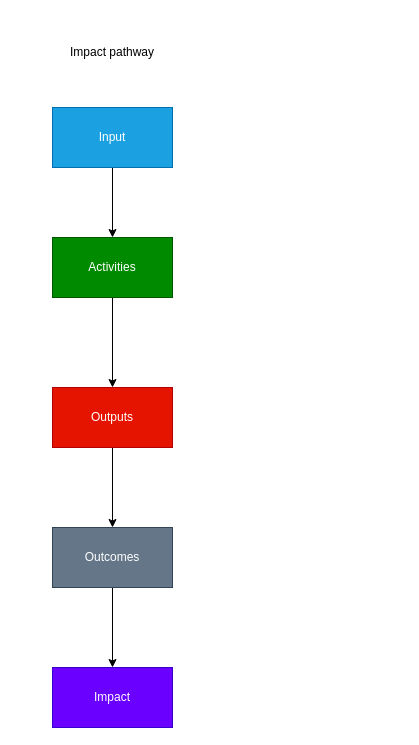
Above: impact pathway.drawio in noviriasyifaunnafsi/transition-from-rice-to-vegetables (draw.io), before the change. Source tidied: cells renumbered, new cells numbered last; positions are measured from the earlier drawing's top-left corner, leaving out a move shared by most shapes. Both pictures are drawn from the tidied source at 100%, with x=0, y=0 at pixel (27, 37).
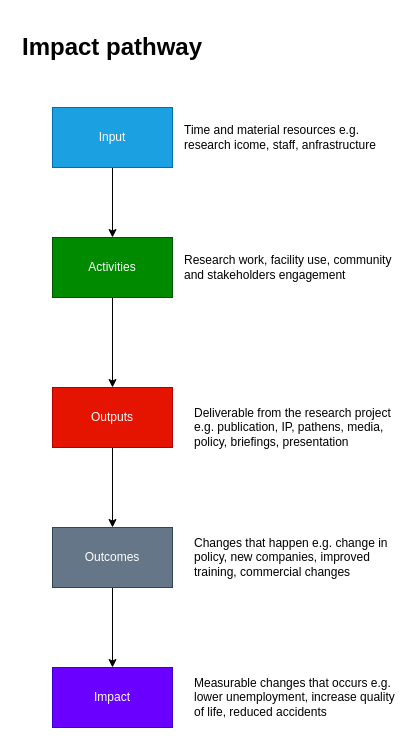
The same diagram, later.

What changed in the source:
```diff
@@
 <mxGraphModel>
   <root>
     <mxCell id="0" />
     <mxCell id="1" parent="0" />
     <mxCell id="2" style="edgeStyle=orthogonalEdgeStyle;rounded=0;jettySize=auto;html=1;exitX=0.5;exitY=1;exitDx=0;exitDy=0;entryX=0.5;entryY=0;entryDx=0;entryDy=0;" parent="1" edge="1" source="3" target="5">
       <mxGeometry relative="1" as="geometry" />
     </mxCell>
     <mxCell id="3" value="Input" style="rounded=0;whiteSpace=wrap;html=1;fillColor=#1ba1e2;fontColor=#ffffff;strokeColor=#006EAF;" parent="1" vertex="1">
       <mxGeometry x="25" y="70" width="120" height="60" as="geometry" />
     </mxCell>
     <mxCell id="4" style="edgeStyle=orthogonalEdgeStyle;rounded=0;jettySize=auto;html=1;exitX=0.5;exitY=1;exitDx=0;exitDy=0;entryX=0.5;entryY=0;entryDx=0;entryDy=0;" parent="1" edge="1" source="5" target="8">
       <mxGeometry relative="1" as="geometry" />
     </mxCell>
     <mxCell id="5" value="Activities" style="rounded=0;whiteSpace=wrap;html=1;fillColor=#008a00;fontColor=#ffffff;strokeColor=#005700;" parent="1" vertex="1">
       <mxGeometry x="25" y="200" width="120" height="60" as="geometry" />
     </mxCell>
-    <mxCell id="6" value="Impact pathway" style="text;html=1;strokeColor=none;fillColor=none;align=center;verticalAlign=middle;whiteSpace=wrap;rounded=0;" parent="1" vertex="1">
-      <mxGeometry width="170" height="30" as="geometry" />
-    </mxCell>
     <mxCell id="7" style="edgeStyle=orthogonalEdgeStyle;rounded=0;jettySize=auto;html=1;exitX=0.5;exitY=1;exitDx=0;exitDy=0;entryX=0.5;entryY=0;entryDx=0;entryDy=0;" parent="1" edge="1" source="8" target="10">
       <mxGeometry relative="1" as="geometry" />
     </mxCell>
     <mxCell id="8" value="Outputs" style="rounded=0;whiteSpace=wrap;html=1;fillColor=#e51400;fontColor=#ffffff;strokeColor=#B20000;" parent="1" vertex="1">
       <mxGeometry x="25" y="350" width="120" height="60" as="geometry" />
     </mxCell>
     <mxCell id="9" style="edgeStyle=orthogonalEdgeStyle;rounded=0;jettySize=auto;html=1;exitX=0.5;exitY=1;exitDx=0;exitDy=0;entryX=0.5;entryY=0;entryDx=0;entryDy=0;" parent="1" edge="1" source="10" target="11">
       <mxGeometry relative="1" as="geometry" />
     </mxCell>
     <mxCell id="10" value="Outcomes" style="rounded=0;whiteSpace=wrap;html=1;fillColor=#647687;strokeColor=#314354;fontColor=#ffffff;" parent="1" vertex="1">
       <mxGeometry x="25" y="490" width="120" height="60" as="geometry" />
     </mxCell>
     <mxCell id="11" value="Impact" style="rounded=0;whiteSpace=wrap;html=1;fillColor=#6a00ff;strokeColor=#3700CC;fontColor=#ffffff;" parent="1" vertex="1">
       <mxGeometry x="25" y="630" width="120" height="60" as="geometry" />
     </mxCell>
+    <mxCell id="6" value="&lt;h1&gt;Impact pathway&lt;/h1&gt;" style="text;html=1;strokeColor=none;fillColor=none;spacing=5;spacingTop=-20;whiteSpace=wrap;overflow=hidden;rounded=0;" parent="1" vertex="1">
+      <mxGeometry x="-10" y="-10" width="190" height="40" as="geometry" />
+    </mxCell>
+    <mxCell id="12" value="Time and material resources e.g. research icome, staff, anfrastructure" style="text;html=1;strokeColor=none;fillColor=none;align=left;verticalAlign=middle;whiteSpace=wrap;rounded=0;" parent="1" vertex="1">
+      <mxGeometry x="155" y="85" width="210" height="30" as="geometry" />
+    </mxCell>
+    <mxCell id="13" value="Research work, facility use, community and stakeholders engagement" style="text;html=1;strokeColor=none;fillColor=none;align=left;verticalAlign=middle;whiteSpace=wrap;rounded=0;" parent="1" vertex="1">
+      <mxGeometry x="155" y="215" width="210" height="30" as="geometry" />
+    </mxCell>
+    <mxCell id="14" value="Changes that happen e.g. change in policy, new companies, improved training, commercial changes" style="text;html=1;strokeColor=none;fillColor=none;align=left;verticalAlign=middle;whiteSpace=wrap;rounded=0;" parent="1" vertex="1">
+      <mxGeometry x="165" y="505" width="210" height="30" as="geometry" />
+    </mxCell>
+    <mxCell id="15" value="Deliverable from the research project&amp;nbsp;&lt;br&gt;e.g. publication, IP, pathens, media, policy, briefings, presentation" style="text;html=1;strokeColor=none;fillColor=none;align=left;verticalAlign=middle;whiteSpace=wrap;rounded=0;" parent="1" vertex="1">
+      <mxGeometry x="165" y="375" width="210" height="30" as="geometry" />
+    </mxCell>
+    <mxCell id="16" value="Measurable changes that occurs e.g. lower unemployment, increase quality of life, reduced accidents" style="text;html=1;strokeColor=none;fillColor=none;align=left;verticalAlign=middle;whiteSpace=wrap;rounded=0;" parent="1" vertex="1">
+      <mxGeometry x="165" y="645" width="210" height="30" as="geometry" />
+    </mxCell>
   </root>
 </mxGraphModel>
```
